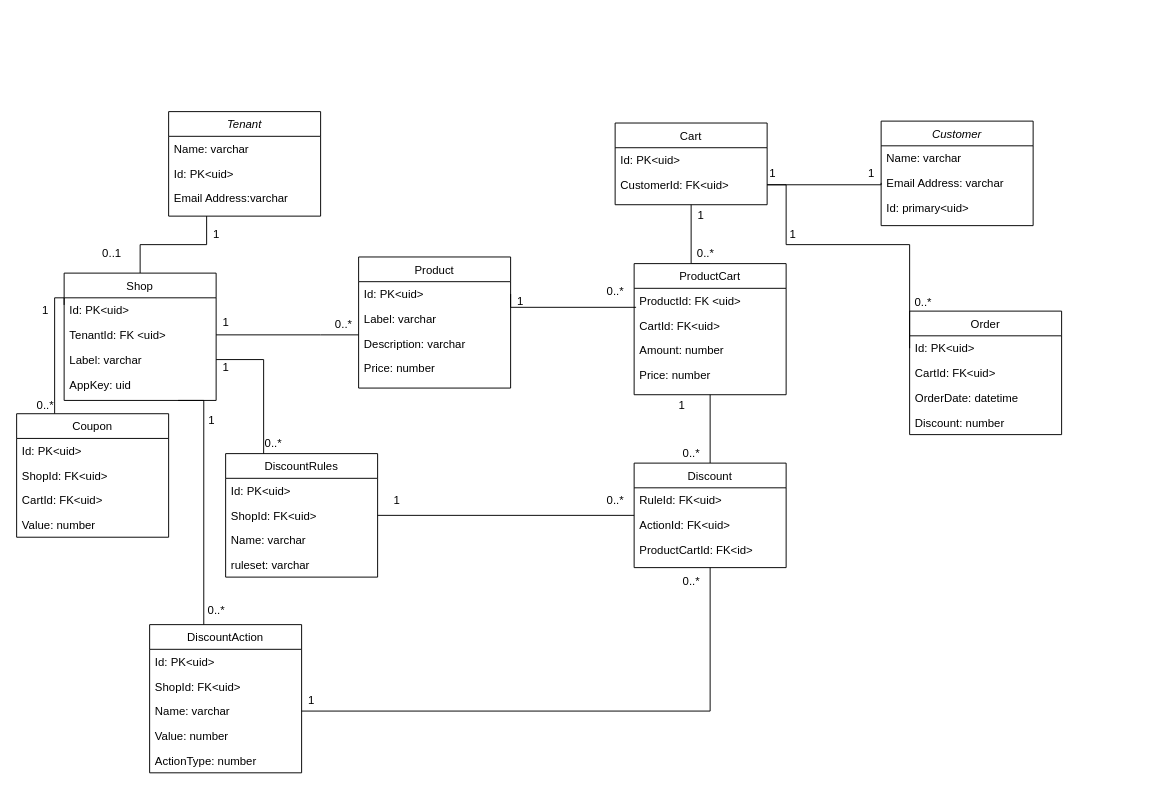
swk5-2022ws/caas-bb-g2-buttinger-g2-emrah keeps this draw.io diagram as doc/src/docs/asciidoc/images/SWK_Projekt_Buttinger_Gudic.drawio. Above is the earlier version. Source tidied: cells renumbered, new cells numbered last; positions are measured from the earlier drawing's top-left corner, leaving out a move shared by most shapes. Both pictures are drawn from the tidied source at 95%, with x=0, y=0 at pixel (16, 111).
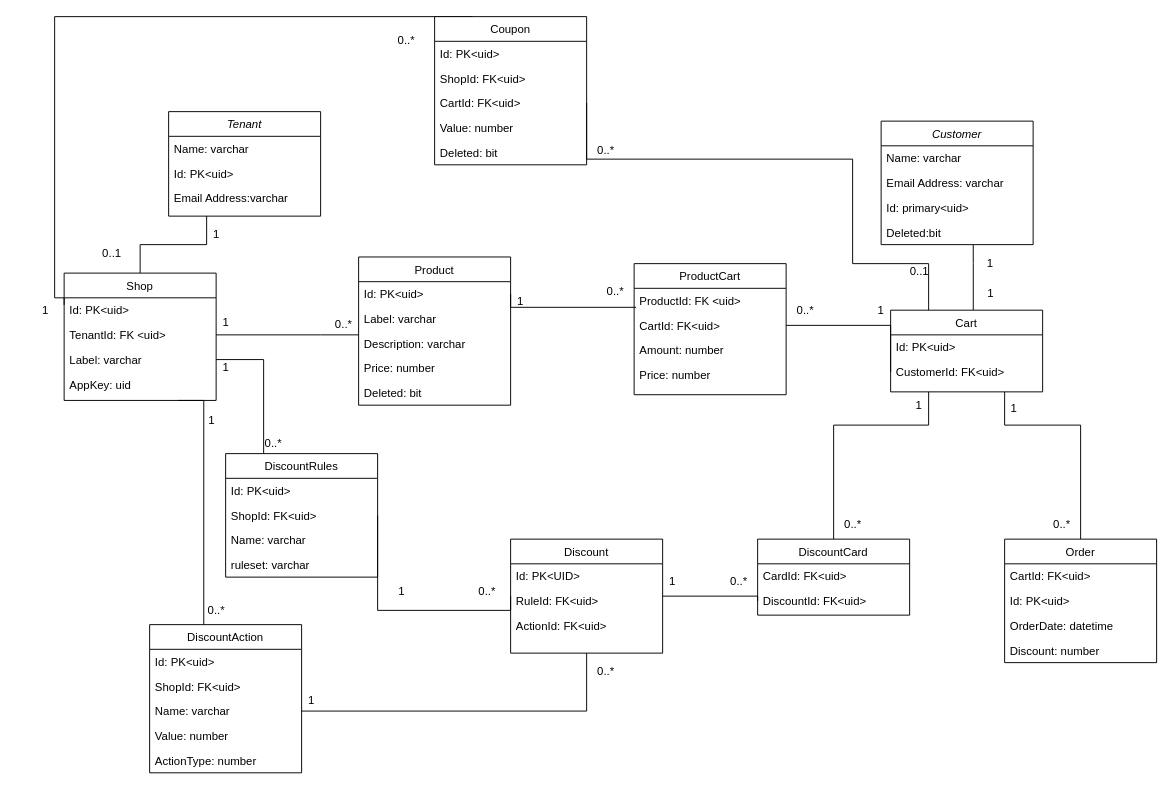
Above is the later version.

The change refers to these unchanged cells:
```xml
<mxCell id="15" value="CustomerId: FK&lt;uid&gt;" style="text;align=left;verticalAlign=top;spacingLeft=4;spacingRight=4;overflow=hidden;points=[[0,0.5],[1,0.5]];portConstraint=eastwest;" parent="13" vertex="1">
  <mxGeometry y="52" width="160" height="26" as="geometry" />
</mxCell>
<mxCell id="23" value="Email Address: varchar" style="text;align=left;verticalAlign=top;spacingLeft=4;spacingRight=4;overflow=hidden;points=[[0,0.5],[1,0.5]];portConstraint=eastwest;rounded=0;shadow=0;html=0;" parent="21" vertex="1">
  <mxGeometry y="52" width="160" height="26" as="geometry" />
</mxCell>
<mxCell id="32" value="ProductCart" style="swimlane;fontStyle=0;align=center;verticalAlign=top;horizontal=1;startSize=26;rounded=0;shadow=0;strokeWidth=1;" parent="1" vertex="1">
  <mxGeometry x="650" y="160" width="160" height="138" as="geometry" />
</mxCell>
<mxCell id="34" value="CartId: FK&lt;uid&gt;" style="text;align=left;verticalAlign=top;spacingLeft=4;spacingRight=4;overflow=hidden;points=[[0,0.5],[1,0.5]];portConstraint=eastwest;" parent="32" vertex="1">
  <mxGeometry y="52" width="160" height="26" as="geometry" />
</mxCell>
<mxCell id="40" value="CartId: FK&lt;uid&gt;" style="text;align=left;verticalAlign=top;spacingLeft=4;spacingRight=4;overflow=hidden;points=[[0,0.5],[1,0.5]];portConstraint=eastwest;rounded=0;shadow=0;html=0;" parent="37" vertex="1">
  <mxGeometry y="78" width="160" height="26" as="geometry" />
</mxCell>
<mxCell id="44" value="ShopId: FK&lt;uid&gt;" style="text;align=left;verticalAlign=top;spacingLeft=4;spacingRight=4;overflow=hidden;points=[[0,0.5],[1,0.5]];portConstraint=eastwest;rounded=0;shadow=0;html=0;" parent="42" vertex="1">
  <mxGeometry y="52" width="160" height="26" as="geometry" />
</mxCell>
```

Change to the diagram source:
```diff
@@
+    <mxCell id="89" style="edgeStyle=orthogonalEdgeStyle;rounded=0;jettySize=auto;html=1;startArrow=none;startFill=0;endArrow=none;endFill=0;entryX=0.606;entryY=1.017;entryDx=0;entryDy=0;entryPerimeter=0;" parent="1" edge="1" source="13" target="91">
+      <mxGeometry relative="1" as="geometry">
+        <Array as="points">
+          <mxPoint x="1007" y="160" />
+          <mxPoint x="1007" y="160" />
+        </Array>
+      </mxGeometry>
+    </mxCell>
+    <mxCell id="90" style="edgeStyle=orthogonalEdgeStyle;rounded=0;jettySize=auto;html=1;exitX=0.75;exitY=1;exitDx=0;exitDy=0;entryX=0.5;entryY=0;entryDx=0;entryDy=0;startArrow=none;startFill=0;endArrow=none;endFill=0;" parent="1" edge="1" source="13" target="16">
+      <mxGeometry relative="1" as="geometry">
+        <Array as="points">
+          <mxPoint x="1040" y="330" />
+          <mxPoint x="1120" y="330" />
+        </Array>
+      </mxGeometry>
+    </mxCell>
     <mxCell id="13" value="Cart" style="swimlane;fontStyle=0;align=center;verticalAlign=top;horizontal=1;startSize=26;rounded=0;shadow=0;strokeWidth=1;" parent="1" vertex="1">
-      <mxGeometry x="630" y="12" width="160" height="86" as="geometry" />
+      <mxGeometry x="920" y="209" width="160" height="86" as="geometry" />
     </mxCell>
@@
     <mxCell id="16" value="Order" style="swimlane;fontStyle=0;align=center;verticalAlign=top;horizontal=1;startSize=26;rounded=0;shadow=0;strokeWidth=1;" parent="1" vertex="1">
-      <mxGeometry x="940" y="210" width="160" height="130" as="geometry" />
+      <mxGeometry x="1040" y="450" width="160" height="130" as="geometry" />
     </mxCell>
+    <mxCell id="18" value="CartId: FK&lt;uid&gt;" style="text;align=left;verticalAlign=top;spacingLeft=4;spacingRight=4;overflow=hidden;" parent="16" vertex="1">
+      <mxGeometry y="26" width="160" height="26" as="geometry" />
+    </mxCell>
     <mxCell id="17" value="Id: PK&lt;uid&gt;" style="text;align=left;verticalAlign=top;spacingLeft=4;spacingRight=4;overflow=hidden;points=[[0,0.5],[1,0.5]];portConstraint=eastwest;" parent="16" vertex="1">
-      <mxGeometry y="26" width="160" height="26" as="geometry" />
+      <mxGeometry y="52" width="160" height="26" as="geometry" />
     </mxCell>
-    <mxCell id="18" value="CartId: FK&lt;uid&gt;" style="text;align=left;verticalAlign=top;spacingLeft=4;spacingRight=4;overflow=hidden;" parent="16" vertex="1">
-      <mxGeometry y="52" width="160" height="26" as="geometry" />
-    </mxCell>
@@
     <mxCell id="21" value="Customer" style="swimlane;fontStyle=2;align=center;verticalAlign=top;horizontal=1;startSize=26;rounded=0;shadow=0;strokeWidth=1;" parent="1" vertex="1">
-      <mxGeometry x="910" y="10" width="160" height="110" as="geometry" />
+      <mxGeometry x="910" y="10" width="160" height="130" as="geometry" />
     </mxCell>
@@
+    <mxCell id="91" value="Deleted:bit" style="text;align=left;verticalAlign=top;spacingLeft=4;spacingRight=4;overflow=hidden;points=[[0,0.5],[1,0.5]];portConstraint=eastwest;rounded=0;shadow=0;html=0;" parent="21" vertex="1">
+      <mxGeometry y="104" width="160" height="26" as="geometry" />
+    </mxCell>
     <mxCell id="25" value="Product" style="swimlane;fontStyle=0;align=center;verticalAlign=top;horizontal=1;startSize=26;rounded=0;shadow=0;strokeWidth=1;" parent="1" vertex="1">
-      <mxGeometry x="360" y="153" width="160" height="138" as="geometry" />
+      <mxGeometry x="360" y="153" width="160" height="156" as="geometry" />
     </mxCell>
@@
+    <mxCell id="92" value="Price: number" style="text;align=left;verticalAlign=top;spacingLeft=4;spacingRight=4;overflow=hidden;" parent="25" vertex="1">
+      <mxGeometry y="104" width="160" height="26" as="geometry" />
+    </mxCell>
-    <mxCell id="29" value="Price: number" style="text;align=left;verticalAlign=top;spacingLeft=4;spacingRight=4;overflow=hidden;" parent="25" vertex="1">
-      <mxGeometry y="104" width="160" height="26" as="geometry" />
+    <mxCell id="29" value="Deleted: bit" style="text;align=left;verticalAlign=top;spacingLeft=4;spacingRight=4;overflow=hidden;" parent="25" vertex="1">
+      <mxGeometry y="130" width="160" height="26" as="geometry" />
     </mxCell>
-    <mxCell id="30" style="edgeStyle=orthogonalEdgeStyle;rounded=0;jettySize=auto;html=1;exitX=0.5;exitY=0;exitDx=0;exitDy=0;entryX=0.5;entryY=1;entryDx=0;entryDy=0;endArrow=none;endFill=0;" parent="1" edge="1" source="32" target="13">
-      <mxGeometry relative="1" as="geometry">
-        <Array as="points">
-          <mxPoint x="710" y="160" />
-        </Array>
-      </mxGeometry>
-    </mxCell>
-    <mxCell id="31" style="edgeStyle=orthogonalEdgeStyle;rounded=0;jettySize=auto;html=1;exitX=0.5;exitY=1;exitDx=0;exitDy=0;entryX=0.5;entryY=0;entryDx=0;entryDy=0;endArrow=none;endFill=0;" parent="1" edge="1" source="32" target="53">
-      <mxGeometry relative="1" as="geometry" />
-    </mxCell>
@@
     <mxCell id="37" value="Coupon" style="swimlane;fontStyle=0;align=center;verticalAlign=top;horizontal=1;startSize=26;rounded=0;shadow=0;strokeWidth=1;" parent="1" vertex="1">
-      <mxGeometry y="318" width="160" height="130" as="geometry" />
+      <mxGeometry x="440" y="-100" width="160" height="156" as="geometry" />
     </mxCell>
@@
+    <mxCell id="93" value="Value: number" style="text;align=left;verticalAlign=top;spacingLeft=4;spacingRight=4;overflow=hidden;rounded=0;shadow=0;html=0;" parent="37" vertex="1">
+      <mxGeometry y="104" width="160" height="26" as="geometry" />
+    </mxCell>
-    <mxCell id="41" value="Value: number" style="text;align=left;verticalAlign=top;spacingLeft=4;spacingRight=4;overflow=hidden;rounded=0;shadow=0;html=0;" parent="37" vertex="1">
-      <mxGeometry y="104" width="160" height="26" as="geometry" />
+    <mxCell id="41" value="Deleted: bit" style="text;align=left;verticalAlign=top;spacingLeft=4;spacingRight=4;overflow=hidden;rounded=0;shadow=0;html=0;" parent="37" vertex="1">
+      <mxGeometry y="130" width="160" height="26" as="geometry" />
     </mxCell>
@@
+    <mxCell id="94" style="edgeStyle=orthogonalEdgeStyle;rounded=0;jettySize=auto;html=1;exitX=1;exitY=0.5;exitDx=0;exitDy=0;entryX=0;entryY=0.5;entryDx=0;entryDy=0;startArrow=none;startFill=0;endArrow=none;endFill=0;" parent="1" edge="1" source="53" target="99">
+      <mxGeometry relative="1" as="geometry">
+        <Array as="points">
+          <mxPoint x="780" y="510" />
+        </Array>
+      </mxGeometry>
+    </mxCell>
     <mxCell id="53" value="Discount" style="swimlane;fontStyle=0;align=center;verticalAlign=top;horizontal=1;startSize=26;rounded=0;shadow=0;strokeWidth=1;" parent="1" vertex="1">
-      <mxGeometry x="650" y="370" width="160" height="110" as="geometry" />
+      <mxGeometry x="520" y="450" width="160" height="120" as="geometry" />
     </mxCell>
+    <mxCell id="95" value="Id: PK&lt;UID&gt;" style="text;align=left;verticalAlign=top;spacingLeft=4;spacingRight=4;overflow=hidden;" parent="53" vertex="1">
+      <mxGeometry y="26" width="160" height="26" as="geometry" />
+    </mxCell>
     <mxCell id="54" value="RuleId: FK&lt;uid&gt;" style="text;align=left;verticalAlign=top;spacingLeft=4;spacingRight=4;overflow=hidden;" parent="53" vertex="1">
-      <mxGeometry y="26" width="160" height="26" as="geometry" />
+      <mxGeometry y="52" width="160" height="26" as="geometry" />
     </mxCell>
     <mxCell id="55" value="ActionId: FK&lt;uid&gt;" style="text;align=left;verticalAlign=top;spacingLeft=4;spacingRight=4;overflow=hidden;rounded=0;shadow=0;html=0;" parent="53" vertex="1">
-      <mxGeometry y="52" width="160" height="26" as="geometry" />
+      <mxGeometry y="78" width="160" height="26" as="geometry" />
     </mxCell>
-    <mxCell id="56" value="ProductCartId: FK&lt;id&gt;" style="text;align=left;verticalAlign=top;spacingLeft=4;spacingRight=4;overflow=hidden;rounded=0;shadow=0;html=0;" parent="53" vertex="1">
-      <mxGeometry y="78" width="160" height="26" as="geometry" />
-    </mxCell>
@@
     <mxCell id="61" style="edgeStyle=orthogonalEdgeStyle;rounded=0;jettySize=auto;html=1;exitX=1;exitY=0.5;exitDx=0;exitDy=0;entryX=0;entryY=0.5;entryDx=0;entryDy=0;endArrow=none;endFill=0;" parent="1" edge="1" source="44" target="53">
-      <mxGeometry relative="1" as="geometry" />
+      <mxGeometry relative="1" as="geometry">
+        <Array as="points">
+          <mxPoint x="380" y="525" />
+        </Array>
+      </mxGeometry>
     </mxCell>
@@
-    <mxCell id="63" style="edgeStyle=orthogonalEdgeStyle;rounded=0;jettySize=auto;html=1;exitX=0;exitY=0.5;exitDx=0;exitDy=0;entryX=1;entryY=0.5;entryDx=0;entryDy=0;endArrow=none;endFill=0;" parent="1" edge="1" source="23" target="15">
-      <mxGeometry relative="1" as="geometry">
-        <Array as="points">
-          <mxPoint x="910" y="77" />
-        </Array>
-      </mxGeometry>
-    </mxCell>
-    <mxCell id="64" style="edgeStyle=orthogonalEdgeStyle;rounded=0;jettySize=auto;html=1;exitX=1;exitY=0.5;exitDx=0;exitDy=0;entryX=0;entryY=0.5;entryDx=0;entryDy=0;endArrow=none;endFill=0;" parent="1" edge="1" source="15" target="17">
-      <mxGeometry relative="1" as="geometry">
-        <Array as="points">
-          <mxPoint x="810" y="77" />
-          <mxPoint x="810" y="140" />
-          <mxPoint x="940" y="140" />
-        </Array>
-      </mxGeometry>
-    </mxCell>
@@
     <mxCell id="74" value="1" style="text;html=1;align=center;verticalAlign=middle;strokeColor=none;fillColor=none;" parent="1" vertex="1">
-      <mxGeometry x="385" y="395" width="30" height="30" as="geometry" />
+      <mxGeometry x="390" y="490" width="30" height="30" as="geometry" />
     </mxCell>
@@
-    <mxCell id="76" value="1" style="text;html=1;align=center;verticalAlign=middle;strokeColor=none;fillColor=none;" parent="1" vertex="1">
-      <mxGeometry x="685" y="295" width="30" height="30" as="geometry" />
-    </mxCell>
-    <mxCell id="77" value="0..*" style="text;html=1;align=center;verticalAlign=middle;strokeColor=none;fillColor=none;" parent="1" vertex="1">
-      <mxGeometry x="610" y="395" width="40" height="30" as="geometry" />
-    </mxCell>
-    <mxCell id="78" value="0..*" style="text;html=1;align=center;verticalAlign=middle;strokeColor=none;fillColor=none;" parent="1" vertex="1">
-      <mxGeometry x="690" y="345" width="40" height="30" as="geometry" />
-    </mxCell>
     <mxCell id="79" value="0..*" style="text;html=1;align=center;verticalAlign=middle;strokeColor=none;fillColor=none;" parent="1" vertex="1">
-      <mxGeometry x="690" y="480" width="40" height="30" as="geometry" />
+      <mxGeometry x="600" y="575" width="40" height="30" as="geometry" />
     </mxCell>
-    <mxCell id="80" value="1" style="text;html=1;align=center;verticalAlign=middle;strokeColor=none;fillColor=none;" parent="1" vertex="1">
-      <mxGeometry x="705" y="95" width="30" height="30" as="geometry" />
-    </mxCell>
@@
     <mxCell id="83" value="0..*" style="text;html=1;align=center;verticalAlign=middle;strokeColor=none;fillColor=none;" parent="1" vertex="1">
-      <mxGeometry x="705" y="135" width="40" height="30" as="geometry" />
+      <mxGeometry x="810" y="195" width="40" height="30" as="geometry" />
     </mxCell>
-    <mxCell id="84" value="0..*" style="text;html=1;align=center;verticalAlign=middle;strokeColor=none;fillColor=none;" parent="1" vertex="1">
-      <mxGeometry x="934" y="186" width="40" height="30" as="geometry" />
-    </mxCell>
     <mxCell id="85" value="1" style="text;html=1;align=center;verticalAlign=middle;strokeColor=none;fillColor=none;" parent="1" vertex="1">
-      <mxGeometry x="802" y="114" width="30" height="30" as="geometry" />
+      <mxGeometry x="1010" y="177" width="30" height="30" as="geometry" />
     </mxCell>
     <mxCell id="86" value="1" style="text;html=1;strokeColor=none;fillColor=none;align=center;verticalAlign=middle;whiteSpace=wrap;rounded=0;" parent="1" vertex="1">
-      <mxGeometry x="870" y="50" width="60" height="30" as="geometry" />
+      <mxGeometry x="995" y="145" width="60" height="30" as="geometry" />
     </mxCell>
     <mxCell id="87" value="1" style="text;html=1;strokeColor=none;fillColor=none;align=center;verticalAlign=middle;whiteSpace=wrap;rounded=0;" parent="1" vertex="1">
-      <mxGeometry x="766" y="50" width="60" height="30" as="geometry" />
+      <mxGeometry x="880" y="195" width="60" height="30" as="geometry" />
     </mxCell>
     <mxCell id="88" value="0..*" style="text;html=1;align=center;verticalAlign=middle;strokeColor=none;fillColor=none;" parent="1" vertex="1">
-      <mxGeometry x="10" y="295" width="40" height="30" as="geometry" />
+      <mxGeometry x="390" y="-90" width="40" height="30" as="geometry" />
     </mxCell>
+    <mxCell id="96" style="edgeStyle=orthogonalEdgeStyle;rounded=0;jettySize=auto;html=1;exitX=0.5;exitY=0;exitDx=0;exitDy=0;entryX=0.25;entryY=1;entryDx=0;entryDy=0;startArrow=none;startFill=0;endArrow=none;endFill=0;" parent="1" edge="1" source="97" target="13">
+      <mxGeometry relative="1" as="geometry">
+        <Array as="points">
+          <mxPoint x="860" y="330" />
+          <mxPoint x="960" y="330" />
+        </Array>
+      </mxGeometry>
+    </mxCell>
+    <mxCell id="97" value="DiscountCard" style="swimlane;fontStyle=0;align=center;verticalAlign=top;horizontal=1;startSize=26;rounded=0;shadow=0;strokeWidth=1;" parent="1" vertex="1">
+      <mxGeometry x="780" y="450" width="160" height="80" as="geometry" />
+    </mxCell>
+    <mxCell id="98" value="CardId: FK&lt;uid&gt;" style="text;align=left;verticalAlign=top;spacingLeft=4;spacingRight=4;overflow=hidden;" parent="97" vertex="1">
+      <mxGeometry y="26" width="160" height="26" as="geometry" />
+    </mxCell>
+    <mxCell id="99" value="DiscountId: FK&lt;uid&gt;" style="text;align=left;verticalAlign=top;spacingLeft=4;spacingRight=4;overflow=hidden;points=[[0,0.5],[1,0.5]];portConstraint=eastwest;rounded=0;shadow=0;html=0;" parent="97" vertex="1">
+      <mxGeometry y="52" width="160" height="26" as="geometry" />
+    </mxCell>
+    <mxCell id="100" value="0..*" style="text;html=1;align=center;verticalAlign=middle;strokeColor=none;fillColor=none;" parent="1" vertex="1">
+      <mxGeometry x="475" y="490" width="40" height="30" as="geometry" />
+    </mxCell>
+    <mxCell id="101" value="1" style="text;html=1;align=center;verticalAlign=middle;strokeColor=none;fillColor=none;" parent="1" vertex="1">
+      <mxGeometry x="675" y="480" width="30" height="30" as="geometry" />
+    </mxCell>
+    <mxCell id="102" value="0..*" style="text;html=1;align=center;verticalAlign=middle;strokeColor=none;fillColor=none;" parent="1" vertex="1">
+      <mxGeometry x="740" y="480" width="40" height="30" as="geometry" />
+    </mxCell>
+    <mxCell id="103" style="edgeStyle=orthogonalEdgeStyle;rounded=0;jettySize=auto;html=1;exitX=1;exitY=0.5;exitDx=0;exitDy=0;entryX=0;entryY=0.5;entryDx=0;entryDy=0;startArrow=none;startFill=0;endArrow=none;endFill=0;" parent="1" edge="1" source="34" target="15">
+      <mxGeometry relative="1" as="geometry">
+        <Array as="points">
+          <mxPoint x="920" y="225" />
+        </Array>
+      </mxGeometry>
+    </mxCell>
+    <mxCell id="104" value="1" style="text;html=1;strokeColor=none;fillColor=none;align=center;verticalAlign=middle;whiteSpace=wrap;rounded=0;" parent="1" vertex="1">
+      <mxGeometry x="920" y="295" width="60" height="30" as="geometry" />
+    </mxCell>
+    <mxCell id="105" value="0..*" style="text;html=1;align=center;verticalAlign=middle;strokeColor=none;fillColor=none;" parent="1" vertex="1">
+      <mxGeometry x="860" y="420" width="40" height="30" as="geometry" />
+    </mxCell>
+    <mxCell id="106" value="1" style="text;html=1;strokeColor=none;fillColor=none;align=center;verticalAlign=middle;whiteSpace=wrap;rounded=0;" parent="1" vertex="1">
+      <mxGeometry x="1020" y="298" width="60" height="30" as="geometry" />
+    </mxCell>
+    <mxCell id="107" value="0..*" style="text;html=1;align=center;verticalAlign=middle;strokeColor=none;fillColor=none;" parent="1" vertex="1">
+      <mxGeometry x="1080" y="420" width="40" height="30" as="geometry" />
+    </mxCell>
+    <mxCell id="108" style="edgeStyle=orthogonalEdgeStyle;rounded=0;jettySize=auto;html=1;exitX=1;exitY=0.5;exitDx=0;exitDy=0;entryX=0.25;entryY=0;entryDx=0;entryDy=0;startArrow=none;startFill=0;endArrow=none;endFill=0;" parent="1" edge="1" source="40" target="13">
+      <mxGeometry relative="1" as="geometry">
+        <Array as="points">
+          <mxPoint x="600" y="50" />
+          <mxPoint x="880" y="50" />
+          <mxPoint x="880" y="160" />
+          <mxPoint x="960" y="160" />
+        </Array>
+      </mxGeometry>
+    </mxCell>
+    <mxCell id="109" value="0..1" style="text;html=1;align=center;verticalAlign=middle;strokeColor=none;fillColor=none;" parent="1" vertex="1">
+      <mxGeometry x="930" y="153" width="40" height="30" as="geometry" />
+    </mxCell>
+    <mxCell id="110" value="0..*" style="text;html=1;align=center;verticalAlign=middle;strokeColor=none;fillColor=none;" parent="1" vertex="1">
+      <mxGeometry x="600" y="26" width="40" height="30" as="geometry" />
+    </mxCell>
```
